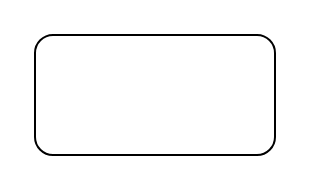
This is 未命名绘图.drawio from iamsonderr/git_test, a draw.io file, before an edit. Source tidied: cells renumbered, new cells numbered last; positions are measured from the earlier drawing's top-left corner, leaving out a move shared by most shapes. Both pictures are drawn from the tidied source at 200%, with x=0, y=0 at pixel (34, 34).
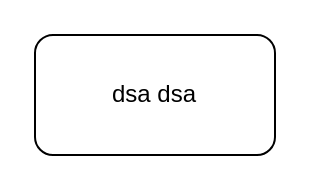
Above is the later version.

Commit message (it also covers changes not shown here):
更新未命名绘图.drawio

The edit, as a diff of the source:
```diff
@@
 <mxGraphModel>
   <root>
     <mxCell id="0" />
     <mxCell id="1" parent="0" />
-    <mxCell id="2" style="rounded=1;whiteSpace=wrap;html=1;" parent="1" vertex="1">
+    <mxCell id="2" value="dsa dsa" style="rounded=1;whiteSpace=wrap;html=1;" parent="1" vertex="1">
       <mxGeometry width="120" height="60" as="geometry" />
     </mxCell>
   </root>
 </mxGraphModel>
```
